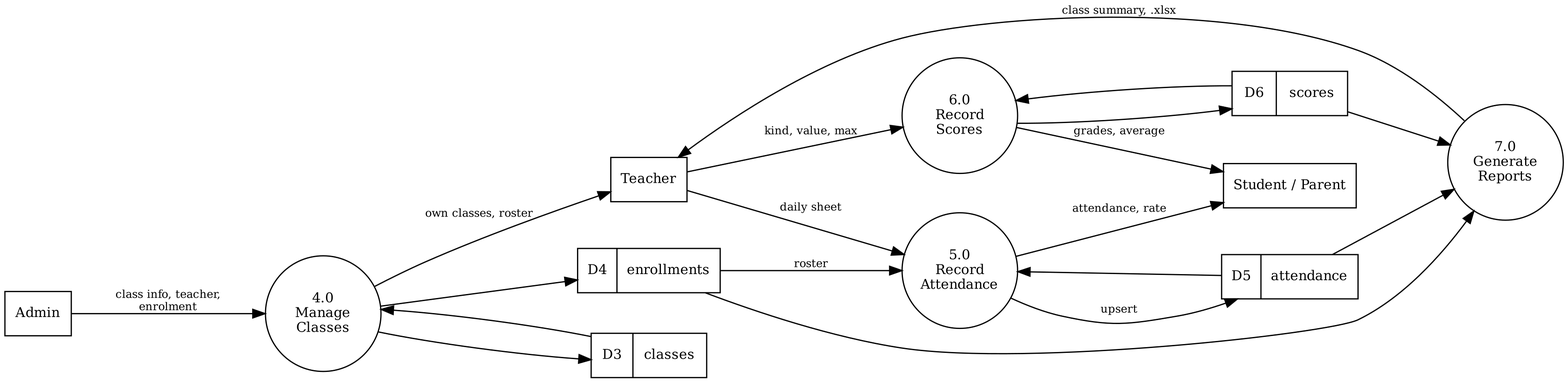
The Graphviz diagram Documentations/diagrams/dfd1b.png in thaiphatcaifa/HKII-FastAPI, before a commit. Its source is kept beside it as Documentations/diagrams/dfd1b.dot.
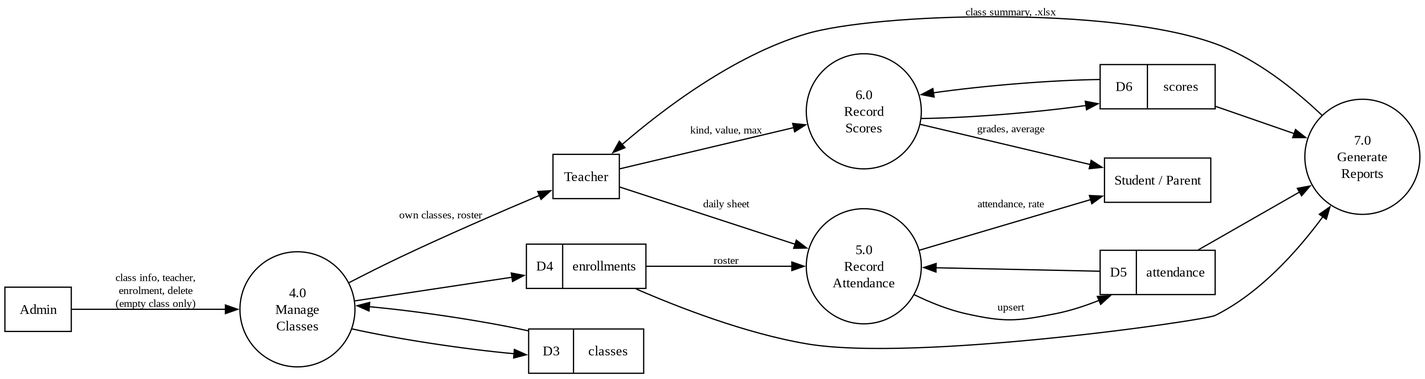
Later version of the same file.

Change to the diagram source:
```diff
@@ -2,7 +2,7 @@
 node[shape=box]; Admin; Teacher; SP[label="Student / Parent"];
 node[shape=circle,width=1.3,fixedsize=true]; p4[label="4.0\nManage\nClasses"]; p5[label="5.0\nRecord\nAttendance"]; p6[label="6.0\nRecord\nScores"]; p7[label="7.0\nGenerate\nReports"];
 node[shape=record,fixedsize=false]; d3[label="{D3 | classes}"]; d4[label="{D4 | enrollments}"]; d5[label="{D5 | attendance}"]; d6[label="{D6 | scores}"];
-Admin->p4[label="class info, teacher,\nenrolment"]; p4->d3; p4->d4; d3->p4; p4->Teacher[label="own classes, roster"];
+Admin->p4[label="class info, teacher,\nenrolment, delete\n(empty class only)"]; p4->d3; p4->d4; d3->p4; p4->Teacher[label="own classes, roster"];
 Teacher->p5[label="daily sheet"]; d4->p5[label="roster"]; p5->d5[label="upsert"]; d5->p5; p5->SP[label="attendance, rate"];
 Teacher->p6[label="kind, value, max"]; p6->d6; d6->p6; p6->SP[label="grades, average"];
 d4->p7; d5->p7; d6->p7; p7->Teacher[label="class summary, .xlsx"];
```
